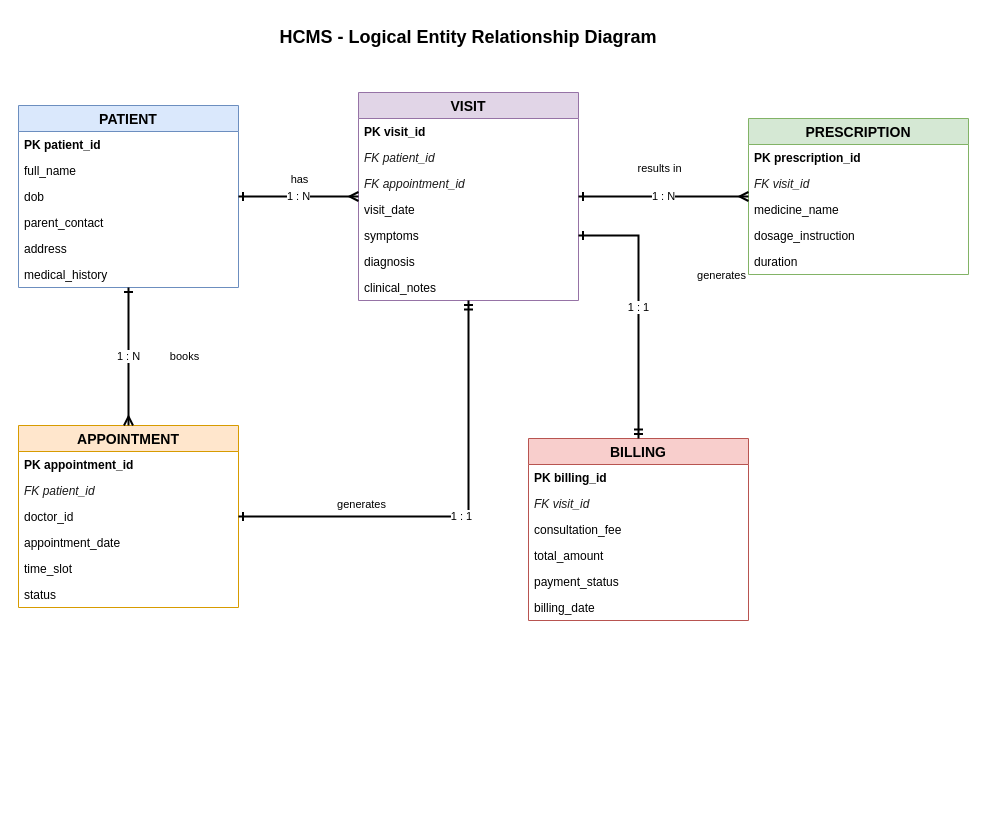
This is Document/02_Requirements/HCMS_LogicalERD.drawio from XPhan0103/HCMS---Healthcare-Clinic-System, a draw.io file, before an edit. Source tidied: cells renumbered, new cells numbered last; positions are measured from the earlier drawing's top-left corner, leaving out a move shared by most shapes. Both pictures are drawn from the tidied source at 100%, with x=0, y=0 at pixel (18, 17).
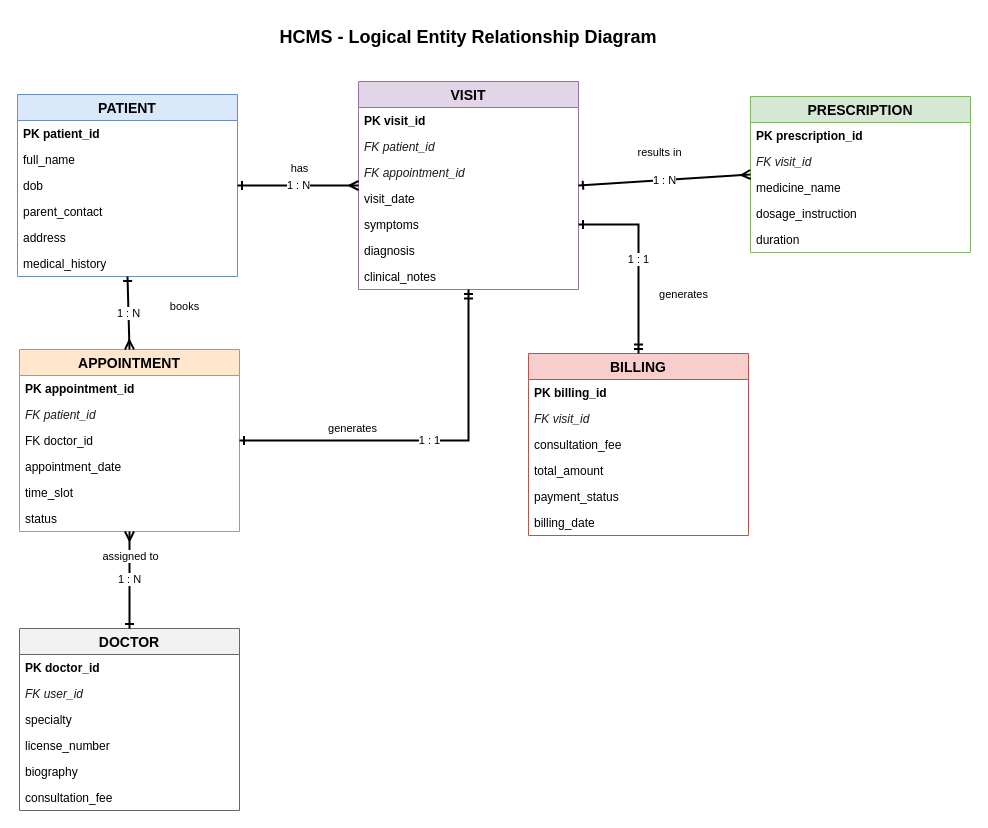
The same page after the edit.

Unchanged cells that the change refers to:
```xml
<mxCell id="16" value="       status" style="text;strokeColor=none;fillColor=none;align=left;verticalAlign=middle;spacingLeft=4;" parent="10" vertex="1">
  <mxGeometry y="156" width="220" height="26" as="geometry" />
</mxCell>
<mxCell id="46" value="1 : 1" style="endArrow=ERmandOne;endFill=0;startArrow=ERone;startFill=0;html=1;rounded=0;entryX=0.5;entryY=0;entryDx=0;entryDy=0;exitX=1;exitY=0.5;exitDx=0;exitDy=0;strokeWidth=2;edgeStyle=orthogonalEdgeStyle;" parent="1" edge="1" source="22" target="31">
  <mxGeometry relative="1" as="geometry">
    <Array as="points">
      <mxPoint x="620" y="218" />
      <mxPoint x="620" y="408" />
    </Array>
  </mxGeometry>
</mxCell>
```

Change to the diagram source:
```diff
@@
     <mxCell id="3" value="PATIENT" style="swimlane;fontStyle=1;horizontal=1;startSize=26;align=center;fontSize=14;fillColor=#dae8fc;strokeColor=#6c8ebf;" parent="1" vertex="1">
-      <mxGeometry y="88" width="220" height="182" as="geometry" />
+      <mxGeometry x="-1" y="77" width="220" height="182" as="geometry" />
     </mxCell>
@@
     <mxCell id="10" value="APPOINTMENT" style="swimlane;fontStyle=1;horizontal=1;startSize=26;align=center;fontSize=14;fillColor=#ffe6cc;strokeColor=#d79b00;" parent="1" vertex="1">
-      <mxGeometry y="408" width="220" height="182" as="geometry" />
+      <mxGeometry x="1" y="332" width="220" height="182" as="geometry" />
     </mxCell>
@@
-    <mxCell id="13" value="       doctor_id" style="text;strokeColor=none;fillColor=none;align=left;verticalAlign=middle;spacingLeft=4;" parent="10" vertex="1">
+    <mxCell id="13" value="FK   doctor_id" style="text;strokeColor=none;fillColor=none;align=left;verticalAlign=middle;spacingLeft=4;" parent="10" vertex="1">
       <mxGeometry y="78" width="220" height="26" as="geometry" />
     </mxCell>
@@
+    <mxCell id="48" value="DOCTOR" style="swimlane;fontStyle=1;horizontal=1;startSize=26;align=center;fontSize=14;fillColor=#f2f2f2;strokeColor=#666666;" parent="1" vertex="1">
+      <mxGeometry x="1" y="611" width="220" height="182" as="geometry" />
+    </mxCell>
+    <mxCell id="49" value="PK   doctor_id" style="text;strokeColor=none;fillColor=none;align=left;verticalAlign=middle;spacingLeft=4;fontStyle=1;" parent="48" vertex="1">
+      <mxGeometry y="26" width="220" height="26" as="geometry" />
+    </mxCell>
+    <mxCell id="50" value="FK   user_id" style="text;strokeColor=none;fillColor=none;align=left;verticalAlign=middle;spacingLeft=4;fontStyle=2;fontColor=#1A1A1A;" parent="48" vertex="1">
+      <mxGeometry y="52" width="220" height="26" as="geometry" />
+    </mxCell>
+    <mxCell id="51" value="       specialty" style="text;strokeColor=none;fillColor=none;align=left;verticalAlign=middle;spacingLeft=4;" parent="48" vertex="1">
+      <mxGeometry y="78" width="220" height="26" as="geometry" />
+    </mxCell>
+    <mxCell id="52" value="       license_number" style="text;strokeColor=none;fillColor=none;align=left;verticalAlign=middle;spacingLeft=4;" parent="48" vertex="1">
+      <mxGeometry y="104" width="220" height="26" as="geometry" />
+    </mxCell>
+    <mxCell id="53" value="       biography" style="text;strokeColor=none;fillColor=none;align=left;verticalAlign=middle;spacingLeft=4;" parent="48" vertex="1">
+      <mxGeometry y="130" width="220" height="26" as="geometry" />
+    </mxCell>
+    <mxCell id="54" value="       consultation_fee" style="text;strokeColor=none;fillColor=none;align=left;verticalAlign=middle;spacingLeft=4;" parent="48" vertex="1">
+      <mxGeometry y="156" width="220" height="26" as="geometry" />
+    </mxCell>
+    <mxCell id="55" value="1 : N" style="endArrow=ERmany;endFill=0;startArrow=ERone;startFill=0;html=1;rounded=0;entryX=0.5;entryY=1;entryDx=0;entryDy=0;strokeWidth=2;" parent="1" edge="1" source="48" target="16">
+      <mxGeometry relative="1" as="geometry" />
+    </mxCell>
+    <mxCell id="56" value="assigned to" style="edgeLabel;html=1;align=center;verticalAlign=middle;" parent="55" vertex="1">
+      <mxGeometry x="0.5" y="-0.5" relative="1" as="geometry" />
+    </mxCell>
     <mxCell id="17" value="VISIT" style="swimlane;fontStyle=1;horizontal=1;startSize=26;align=center;fontSize=14;fillColor=#e1d5e7;strokeColor=#9673a6;" parent="1" vertex="1">
-      <mxGeometry x="340" y="75" width="220" height="208" as="geometry" />
+      <mxGeometry x="340" y="64" width="220" height="208" as="geometry" />
     </mxCell>
@@
     <mxCell id="25" value="PRESCRIPTION" style="swimlane;fontStyle=1;horizontal=1;startSize=26;align=center;fontSize=14;fillColor=#d5e8d4;strokeColor=#82b366;" parent="1" vertex="1">
-      <mxGeometry x="730" y="101" width="220" height="156" as="geometry" />
+      <mxGeometry x="732" y="79" width="220" height="156" as="geometry" />
     </mxCell>
@@
     <mxCell id="31" value="BILLING" style="swimlane;fontStyle=1;horizontal=1;startSize=26;align=center;fontSize=14;fillColor=#f8cecc;strokeColor=#b85450;" parent="1" vertex="1">
-      <mxGeometry x="510" y="421" width="220" height="182" as="geometry" />
+      <mxGeometry x="510" y="336" width="220" height="182" as="geometry" />
     </mxCell>
@@
     <mxCell id="42" value="1 : 1" style="endArrow=ERmandOne;endFill=0;startArrow=ERone;startFill=0;html=1;rounded=0;entryX=0.5;entryY=1;entryDx=0;entryDy=0;exitX=1;exitY=0.5;exitDx=0;exitDy=0;strokeWidth=2;edgeStyle=orthogonalEdgeStyle;" parent="1" edge="1" source="10" target="17">
       <mxGeometry relative="1" as="geometry">
         <Array as="points">
-          <mxPoint x="450" y="499" />
+          <mxPoint x="450" y="423" />
         </Array>
       </mxGeometry>
     </mxCell>
@@
     <mxCell id="47" value="generates" style="edgeLabel;html=1;align=center;verticalAlign=middle;" parent="46" vertex="1">
       <mxGeometry x="-0.4" relative="1" as="geometry">
-        <mxPoint x="82" y="20" as="offset" />
+        <mxPoint x="47" y="69" as="offset" />
       </mxGeometry>
     </mxCell>
```
